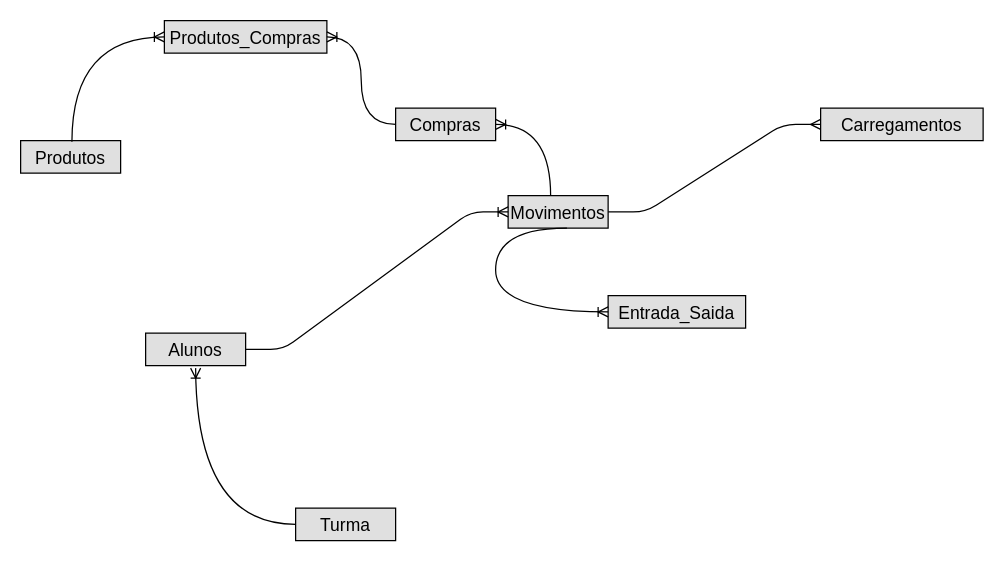
Earlier version of the draw.io diagram Untitled Diagram.drawio (RicardoGranja50/PAP). Source tidied: cells renumbered, new cells numbered last; positions are measured from the earlier drawing's top-left corner, leaving out a move shared by most shapes. Both pictures are drawn from the tidied source at 125%, with x=0, y=0 at pixel (20, 20).
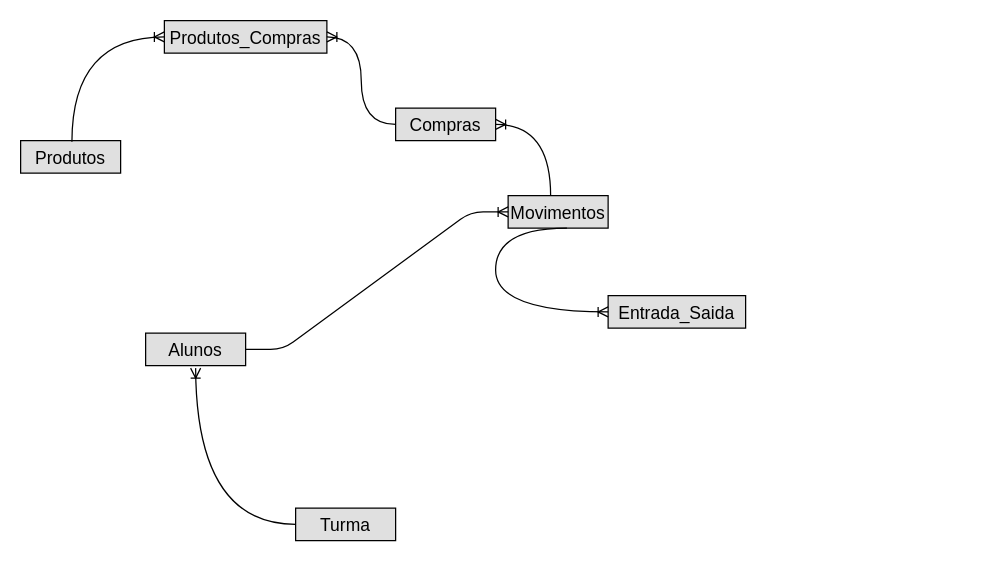
The same diagram, later.

Change to the diagram source:
```diff
@@
 <mxGraphModel>
   <root>
     <mxCell id="0" />
     <mxCell id="1" parent="0" />
     <mxCell id="2" value="Compras" style="text;align=center;verticalAlign=middle;spacingLeft=4;spacingRight=4;strokeColor=#000000;fillColor=#e0e0e0;points=[[0,0.5],[1,0.5]];portConstraint=eastwest;fontSize=14;" parent="1" vertex="1">
       <mxGeometry x="300" y="70" width="80" height="26" as="geometry" />
     </mxCell>
     <mxCell id="3" value="Movimentos" style="text;align=center;verticalAlign=middle;spacingLeft=4;spacingRight=4;strokeColor=#000000;fillColor=#e0e0e0;points=[[0,0.5],[1,0.5]];portConstraint=eastwest;fontSize=14;" parent="1" vertex="1">
       <mxGeometry x="390" y="140" width="80" height="26" as="geometry" />
     </mxCell>
     <mxCell id="4" value="Alunos" style="text;align=center;verticalAlign=middle;spacingLeft=4;spacingRight=4;strokeColor=#000000;fillColor=#e0e0e0;points=[[0,0.5],[1,0.5]];portConstraint=eastwest;fontSize=14;" parent="1" vertex="1">
       <mxGeometry x="100" y="250" width="80" height="26" as="geometry" />
     </mxCell>
     <mxCell id="5" value="Entrada_Saida" style="text;align=center;verticalAlign=middle;spacingLeft=4;spacingRight=4;strokeColor=#000000;fillColor=#e0e0e0;points=[[0,0.5],[1,0.5]];portConstraint=eastwest;fontSize=14;" parent="1" vertex="1">
       <mxGeometry x="470" y="220" width="110" height="26" as="geometry" />
     </mxCell>
-    <mxCell id="6" value="Carregamentos" style="text;align=center;verticalAlign=middle;spacingLeft=4;spacingRight=4;strokeColor=#000000;fillColor=#e0e0e0;points=[[0,0.5],[1,0.5]];portConstraint=eastwest;fontSize=14;" parent="1" vertex="1">
-      <mxGeometry x="640" y="70" width="130" height="26" as="geometry" />
-    </mxCell>
     <mxCell id="7" value="Produtos" style="text;align=center;verticalAlign=middle;spacingLeft=4;spacingRight=4;strokeColor=#000000;fillColor=#e0e0e0;points=[[0,0.5],[1,0.5]];portConstraint=eastwest;fontSize=14;" parent="1" vertex="1">
       <mxGeometry y="96" width="80" height="26" as="geometry" />
     </mxCell>
     <mxCell id="8" style="edgeStyle=entityRelationEdgeStyle;fontSize=12;html=1;endArrow=ERoneToMany;exitX=1;exitY=0.5;exitDx=0;exitDy=0;entryX=0;entryY=0.5;entryDx=0;entryDy=0;" parent="1" edge="1" source="4" target="3">
       <mxGeometry relative="1" as="geometry" />
     </mxCell>
     <mxCell id="9" style="edgeStyle=orthogonalEdgeStyle;fontSize=12;html=1;endArrow=ERoneToMany;entryX=0;entryY=0.5;entryDx=0;entryDy=0;curved=1;exitX=0.588;exitY=1;exitDx=0;exitDy=0;exitPerimeter=0;" parent="1" edge="1" source="3" target="5">
       <mxGeometry relative="1" as="geometry">
         <Array as="points">
           <mxPoint x="380" y="166" />
           <mxPoint x="380" y="233" />
         </Array>
       </mxGeometry>
     </mxCell>
     <mxCell id="10" style="fontSize=12;html=1;endArrow=ERoneToMany;rounded=1;exitX=0.425;exitY=0;exitDx=0;exitDy=0;exitPerimeter=0;entryX=1;entryY=0.5;entryDx=0;entryDy=0;edgeStyle=orthogonalEdgeStyle;curved=1;" parent="1" edge="1" source="3" target="2">
       <mxGeometry relative="1" as="geometry" />
     </mxCell>
     <mxCell id="11" value="Produtos_Compras" style="text;align=center;verticalAlign=middle;spacingLeft=4;spacingRight=4;strokeColor=#000000;fillColor=#e0e0e0;points=[[0,0.5],[1,0.5]];portConstraint=eastwest;fontSize=14;" parent="1" vertex="1">
       <mxGeometry x="115" width="130" height="26" as="geometry" />
     </mxCell>
     <mxCell id="12" style="edgeStyle=orthogonalEdgeStyle;fontSize=12;html=1;endArrow=ERoneToMany;entryX=1;entryY=0.5;entryDx=0;entryDy=0;curved=1;exitX=0;exitY=0.5;exitDx=0;exitDy=0;" parent="1" edge="1" source="2" target="11">
       <mxGeometry relative="1" as="geometry" />
     </mxCell>
     <mxCell id="13" style="edgeStyle=orthogonalEdgeStyle;fontSize=12;html=1;endArrow=ERoneToMany;curved=1;exitX=0.513;exitY=0.038;exitDx=0;exitDy=0;exitPerimeter=0;entryX=0;entryY=0.5;entryDx=0;entryDy=0;" parent="1" edge="1" source="7" target="11">
       <mxGeometry relative="1" as="geometry" />
     </mxCell>
-    <mxCell id="14" style="edgeStyle=entityRelationEdgeStyle;fontSize=12;html=1;endArrow=ERmany;exitX=1;exitY=0.5;exitDx=0;exitDy=0;entryX=0;entryY=0.5;entryDx=0;entryDy=0;" parent="1" edge="1" source="3" target="6">
-      <mxGeometry relative="1" as="geometry" />
-    </mxCell>
     <mxCell id="15" style="edgeStyle=orthogonalEdgeStyle;fontSize=12;html=1;endArrow=ERoneToMany;curved=1;exitX=0;exitY=0.5;exitDx=0;exitDy=0;" parent="1" edge="1" source="16">
       <mxGeometry relative="1" as="geometry">
         <mxPoint x="140" y="278" as="targetPoint" />
       </mxGeometry>
     </mxCell>
     <mxCell id="16" value="Turma" style="text;align=center;verticalAlign=middle;spacingLeft=4;spacingRight=4;strokeColor=#000000;fillColor=#e0e0e0;points=[[0,0.5],[1,0.5]];portConstraint=eastwest;fontSize=14;" parent="1" vertex="1">
       <mxGeometry x="220" y="390" width="80" height="26" as="geometry" />
     </mxCell>
   </root>
 </mxGraphModel>
```
